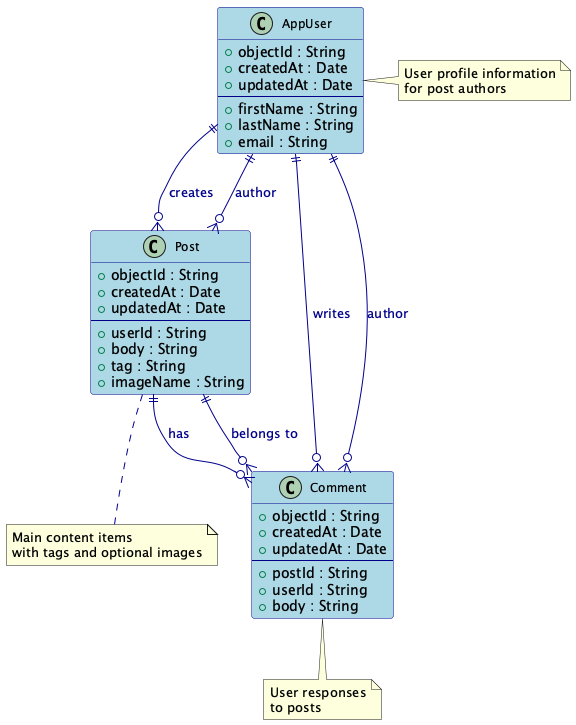
The PlantUML diagram src/utils/PostStream_F4_UML.png in saifulislampi/post-stream, before a commit. The source it was exported from:
```plantuml
@startuml PostStreamDatabase
!define RECTANGLE class

skinparam class {
    BackgroundColor LightBlue
    BorderColor DarkBlue
    FontColor Black
    FontSize 12
}

skinparam arrow {
    Color DarkBlue
    FontColor DarkBlue
}

class AppUser {
    +objectId : String
    +createdAt : Date
    +updatedAt : Date
    --
    +firstName : String
    +lastName : String
    +email : String
}

class Post {
    +objectId : String
    +createdAt : Date
    +updatedAt : Date
    --
    +userId : String
    +body : String
    +tag : String
    +imageName : String
}

class Comment {
    +objectId : String
    +createdAt : Date
    +updatedAt : Date
    --
    +postId : String
    +userId : String
    +body : String
}

AppUser ||--o{ Post : "creates"
AppUser ||--o{ Comment : "writes"
Post ||--o{ Comment : "has"

Post }o--|| AppUser : author
Comment }o--|| AppUser : author
Comment }o--|| Post : belongs to

note right of AppUser : User profile information\nfor post authors
note bottom of Post : Main content items\nwith tags and optional images
note bottom of Comment : User responses\nto posts

@enduml
```
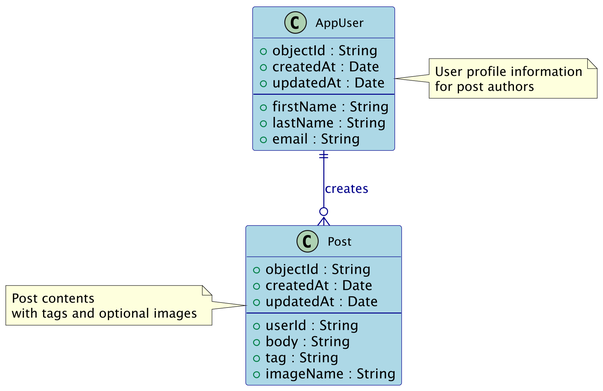
After the commit.

Diff of the diagram source:
```diff
@@ -1,4 +1,5 @@
-@startuml PostStreamDatabase
+@startuml PostStream_F4_UML
+skinparamlocked DPI 300
 !define RECTANGLE class
 
 skinparam class {
@@ -34,26 +35,9 @@
     +imageName : String
 }
 
-class Comment {
-    +objectId : String
-    +createdAt : Date
-    +updatedAt : Date
-    --
-    +postId : String
-    +userId : String
-    +body : String
-}
-
 AppUser ||--o{ Post : "creates"
-AppUser ||--o{ Comment : "writes"
-Post ||--o{ Comment : "has"
-
-Post }o--|| AppUser : author
-Comment }o--|| AppUser : author
-Comment }o--|| Post : belongs to
 
 note right of AppUser : User profile information\nfor post authors
-note bottom of Post : Main content items\nwith tags and optional images
-note bottom of Comment : User responses\nto posts
+note left of Post : Post contents \nwith tags and optional images
 
 @enduml
```
